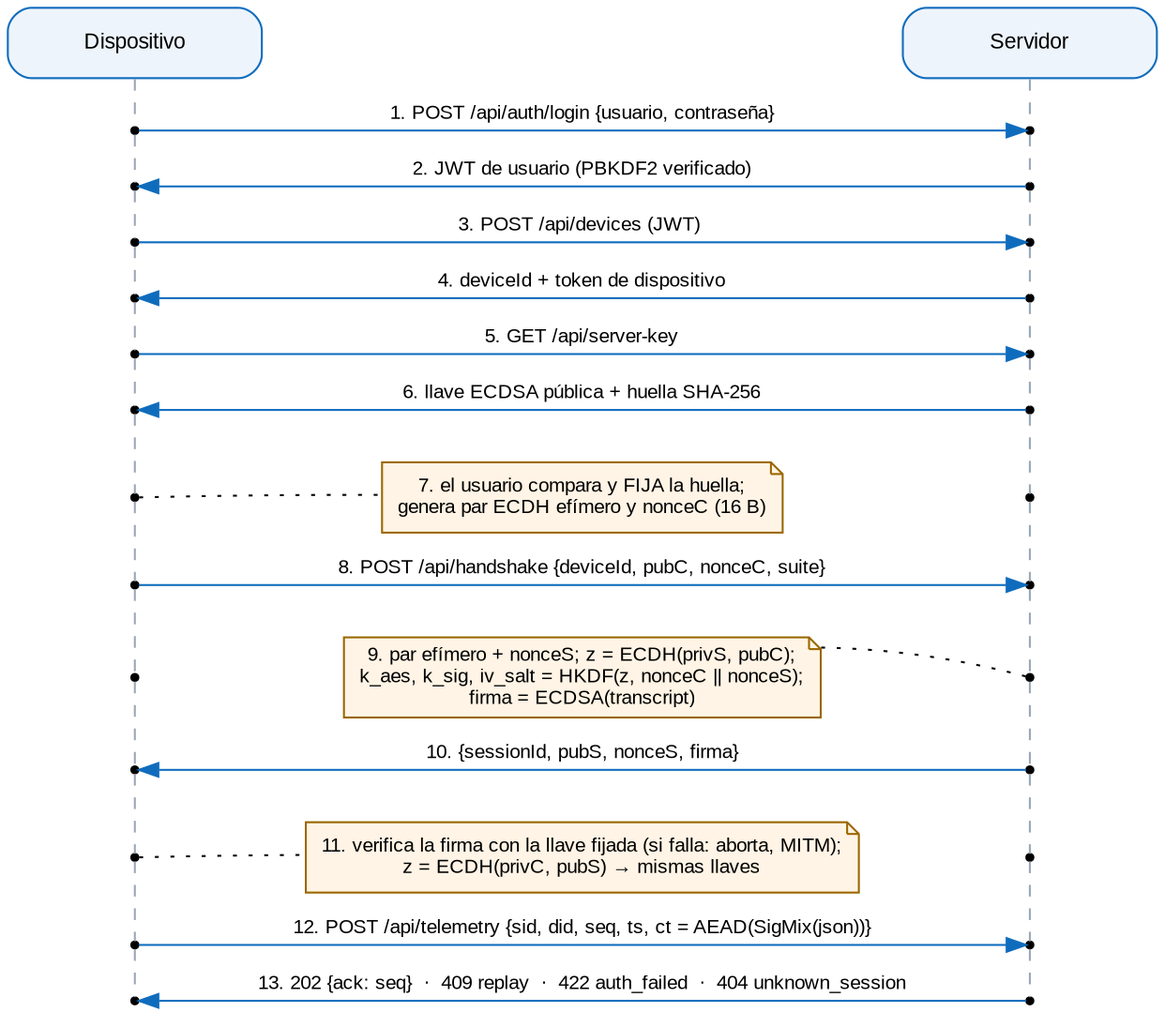
The Graphviz diagram Examen_SignalTrace/docs/diagramas/png/02_secuencia_handshake.png in yaelrdf/Virologia_Criptografia_UPIICSA, before a commit. Its source is kept beside it as Examen_SignalTrace/docs/diagramas/02_secuencia_handshake.dot. The source it was exported from:
```dot
digraph G { fontname="Arial"; node [fontname="Arial", fontsize=11]; edge [fontname="Arial", fontsize=10];
rankdir=TB; nodesep=0.6; ranksep=0.32; splines=false;
hd [label="Dispositivo", shape=box, style="rounded,filled", fillcolor="#EEF4FB", color="#0F6CBD", width=1.8, group=D];
hs [label="Servidor", shape=box, style="rounded,filled", fillcolor="#EEF4FB", color="#0F6CBD", width=1.8, group=S];
{rank=same; hd; hs;}
d0 [shape=point, width=0.05, group=D]; s0 [shape=point, width=0.05, group=S]; {rank=same; d0; s0;}
hd -> d0 [arrowhead=none, style=dashed, color="#9AA7B6"]; hs -> s0 [arrowhead=none, style=dashed, color="#9AA7B6"];
d0 -> s0 [label="1. POST /api/auth/login {usuario, contraseña}", constraint=false, color="#0F6CBD"];
d1 [shape=point, width=0.05, group=D]; s1 [shape=point, width=0.05, group=S]; {rank=same; d1; s1;}
d0 -> d1 [arrowhead=none, style=dashed, color="#9AA7B6"]; s0 -> s1 [arrowhead=none, style=dashed, color="#9AA7B6"];
s1 -> d1 [label="2. JWT de usuario (PBKDF2 verificado)", constraint=false, color="#0F6CBD"];
d2 [shape=point, width=0.05, group=D]; s2 [shape=point, width=0.05, group=S]; {rank=same; d2; s2;}
d1 -> d2 [arrowhead=none, style=dashed, color="#9AA7B6"]; s1 -> s2 [arrowhead=none, style=dashed, color="#9AA7B6"];
d2 -> s2 [label="3. POST /api/devices (JWT) ", constraint=false, color="#0F6CBD"];
d3 [shape=point, width=0.05, group=D]; s3 [shape=point, width=0.05, group=S]; {rank=same; d3; s3;}
d2 -> d3 [arrowhead=none, style=dashed, color="#9AA7B6"]; s2 -> s3 [arrowhead=none, style=dashed, color="#9AA7B6"];
s3 -> d3 [label="4. deviceId + token de dispositivo", constraint=false, color="#0F6CBD"];
d4 [shape=point, width=0.05, group=D]; s4 [shape=point, width=0.05, group=S]; {rank=same; d4; s4;}
d3 -> d4 [arrowhead=none, style=dashed, color="#9AA7B6"]; s3 -> s4 [arrowhead=none, style=dashed, color="#9AA7B6"];
d4 -> s4 [label="5. GET /api/server-key", constraint=false, color="#0F6CBD"];
d5 [shape=point, width=0.05, group=D]; s5 [shape=point, width=0.05, group=S]; {rank=same; d5; s5;}
d4 -> d5 [arrowhead=none, style=dashed, color="#9AA7B6"]; s4 -> s5 [arrowhead=none, style=dashed, color="#9AA7B6"];
s5 -> d5 [label="6. llave ECDSA pública + huella SHA-256", constraint=false, color="#0F6CBD"];
d6 [shape=point, width=0.05, group=D]; s6 [shape=point, width=0.05, group=S]; {rank=same; d6; s6;}
d5 -> d6 [arrowhead=none, style=dashed, color="#9AA7B6"]; s5 -> s6 [arrowhead=none, style=dashed, color="#9AA7B6"];
n6 [shape=note, style=filled, fillcolor="#FFF4E5", color="#9A6700", fontsize=10, label="7. el usuario compara y FIJA la huella;
genera par ECDH efímero y nonceC (16 B)"]; {rank=same; d6; n6; s6;} d6 -> n6 [style=invis]; n6 -> s6 [style=invis]; d6 -> n6 [style=dotted, arrowhead=none, constraint=false];
d7 [shape=point, width=0.05, group=D]; s7 [shape=point, width=0.05, group=S]; {rank=same; d7; s7;}
d6 -> d7 [arrowhead=none, style=dashed, color="#9AA7B6"]; s6 -> s7 [arrowhead=none, style=dashed, color="#9AA7B6"];
d7 -> s7 [label="8. POST /api/handshake {deviceId, pubC, nonceC, suite}", constraint=false, color="#0F6CBD"];
d8 [shape=point, width=0.05, group=D]; s8 [shape=point, width=0.05, group=S]; {rank=same; d8; s8;}
d7 -> d8 [arrowhead=none, style=dashed, color="#9AA7B6"]; s7 -> s8 [arrowhead=none, style=dashed, color="#9AA7B6"];
n8 [shape=note, style=filled, fillcolor="#FFF4E5", color="#9A6700", fontsize=10, label="9. par efímero + nonceS; z = ECDH(privS, pubC);
k_aes, k_sig, iv_salt = HKDF(z, nonceC || nonceS);
firma = ECDSA(transcript)"]; {rank=same; d8; n8; s8;} d8 -> n8 [style=invis]; n8 -> s8 [style=invis]; s8 -> n8 [style=dotted, arrowhead=none, constraint=false];
d9 [shape=point, width=0.05, group=D]; s9 [shape=point, width=0.05, group=S]; {rank=same; d9; s9;}
d8 -> d9 [arrowhead=none, style=dashed, color="#9AA7B6"]; s8 -> s9 [arrowhead=none, style=dashed, color="#9AA7B6"];
s9 -> d9 [label="10. {sessionId, pubS, nonceS, firma}", constraint=false, color="#0F6CBD"];
d10 [shape=point, width=0.05, group=D]; s10 [shape=point, width=0.05, group=S]; {rank=same; d10; s10;}
d9 -> d10 [arrowhead=none, style=dashed, color="#9AA7B6"]; s9 -> s10 [arrowhead=none, style=dashed, color="#9AA7B6"];
n10 [shape=note, style=filled, fillcolor="#FFF4E5", color="#9A6700", fontsize=10, label="11. verifica la firma con la llave fijada (si falla: aborta, MITM);
z = ECDH(privC, pubS) → mismas llaves"]; {rank=same; d10; n10; s10;} d10 -> n10 [style=invis]; n10 -> s10 [style=invis]; d10 -> n10 [style=dotted, arrowhead=none, constraint=false];
d11 [shape=point, width=0.05, group=D]; s11 [shape=point, width=0.05, group=S]; {rank=same; d11; s11;}
d10 -> d11 [arrowhead=none, style=dashed, color="#9AA7B6"]; s10 -> s11 [arrowhead=none, style=dashed, color="#9AA7B6"];
d11 -> s11 [label="12. POST /api/telemetry {sid, did, seq, ts, ct = AEAD(SigMix(json))}", constraint=false, color="#0F6CBD"];
d12 [shape=point, width=0.05, group=D]; s12 [shape=point, width=0.05, group=S]; {rank=same; d12; s12;}
d11 -> d12 [arrowhead=none, style=dashed, color="#9AA7B6"]; s11 -> s12 [arrowhead=none, style=dashed, color="#9AA7B6"];
s12 -> d12 [label="13. 202 {ack: seq}  ·  409 replay  ·  422 auth_failed  ·  404 unknown_session", constraint=false, color="#0F6CBD"];
}
```
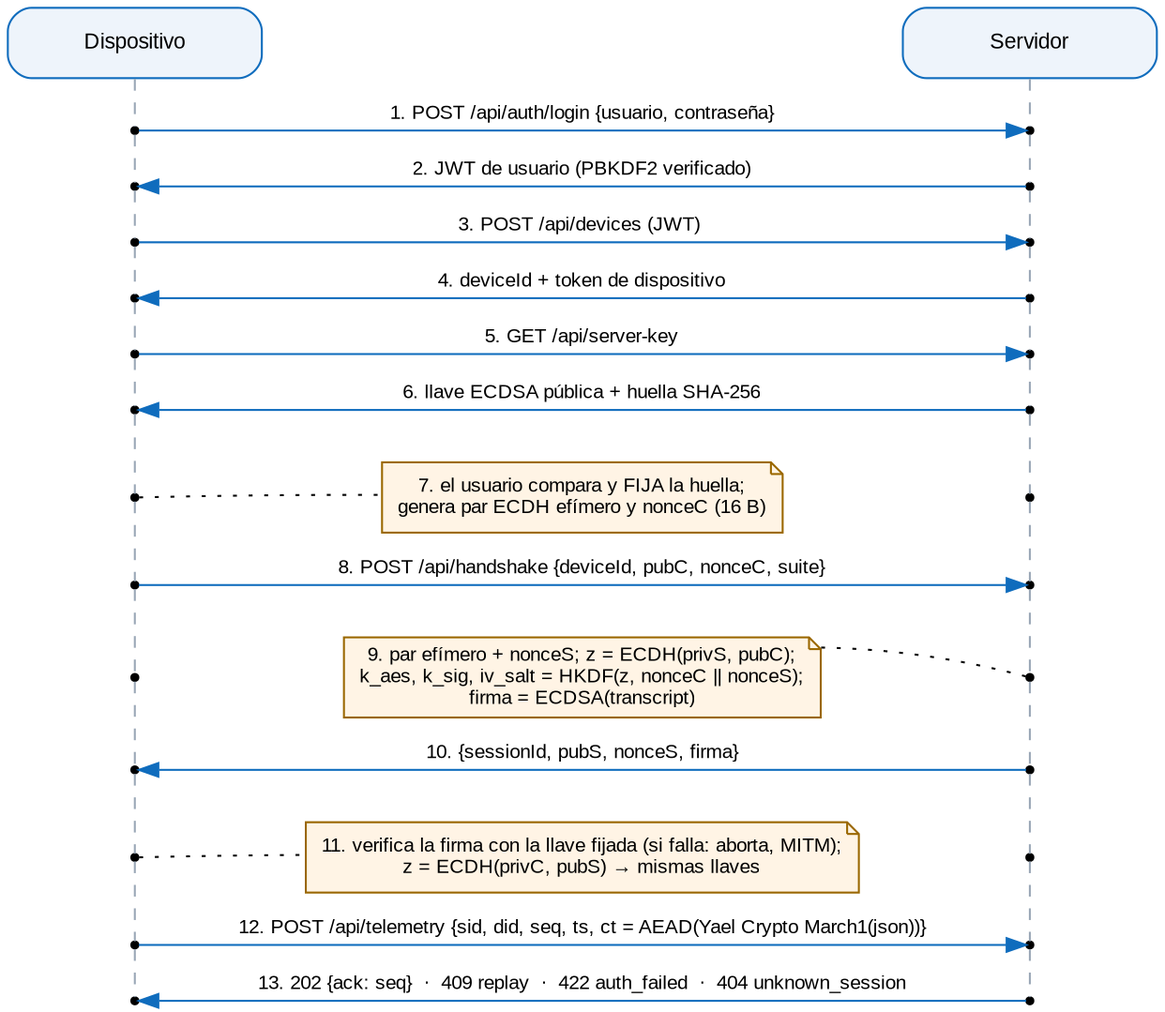
The same diagram one commit later.

Change to the diagram source:
```diff
@@ -42,7 +42,7 @@
 z = ECDH(privC, pubS) → mismas llaves"]; {rank=same; d10; n10; s10;} d10 -> n10 [style=invis]; n10 -> s10 [style=invis]; d10 -> n10 [style=dotted, arrowhead=none, constraint=false];
 d11 [shape=point, width=0.05, group=D]; s11 [shape=point, width=0.05, group=S]; {rank=same; d11; s11;}
 d10 -> d11 [arrowhead=none, style=dashed, color="#9AA7B6"]; s10 -> s11 [arrowhead=none, style=dashed, color="#9AA7B6"];
-d11 -> s11 [label="12. POST /api/telemetry {sid, did, seq, ts, ct = AEAD(SigMix(json))}", constraint=false, color="#0F6CBD"];
+d11 -> s11 [label="12. POST /api/telemetry {sid, did, seq, ts, ct = AEAD(Yael Crypto March1(json))}", constraint=false, color="#0F6CBD"];
 d12 [shape=point, width=0.05, group=D]; s12 [shape=point, width=0.05, group=S]; {rank=same; d12; s12;}
 d11 -> d12 [arrowhead=none, style=dashed, color="#9AA7B6"]; s11 -> s12 [arrowhead=none, style=dashed, color="#9AA7B6"];
 s12 -> d12 [label="13. 202 {ack: seq}  ·  409 replay  ·  422 auth_failed  ·  404 unknown_session", constraint=false, color="#0F6CBD"];
```
